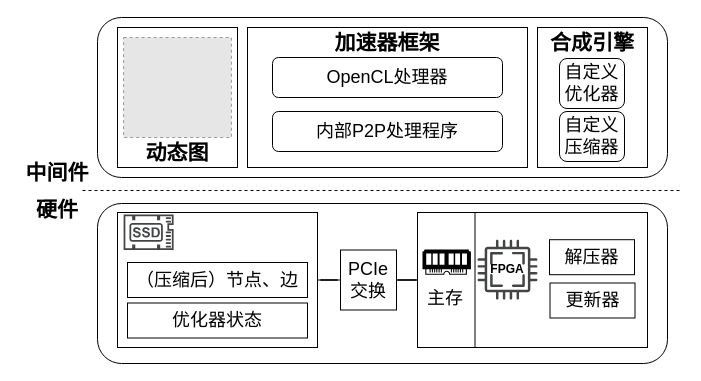
Before: fpga.drawio in icszhr/GNN-project, a draw.io diagram. Source tidied: cells renumbered, new cells numbered last; positions are measured from the earlier drawing's top-left corner, leaving out a move shared by most shapes. Both pictures are drawn from the tidied source at 100%, with x=0, y=0 at pixel (17, 17). Pictures stored in the file or linked from it are replaced by grey dashed boxes.
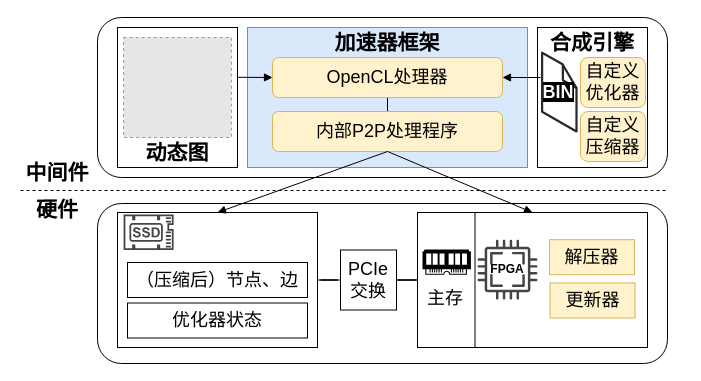
After the change.

The change refers to these unchanged cells:
```xml
<mxCell id="18" style="rounded=0;whiteSpace=wrap;html=1;" parent="1" vertex="1">
  <mxGeometry x="100" y="195" width="200" height="135" as="geometry" />
</mxCell>
<mxCell id="22" style="rounded=0;whiteSpace=wrap;html=1;" parent="1" vertex="1">
  <mxGeometry x="400" y="195" width="230" height="135" as="geometry" />
</mxCell>
```

What changed in the source:
```diff
@@
-    <mxCell id="6" style="rounded=0;whiteSpace=wrap;html=1;" parent="1" vertex="1">
+    <mxCell id="6" style="rounded=0;whiteSpace=wrap;html=1;fillColor=#dae8fc;strokeColor=#6c8ebf;" parent="1" vertex="1">
       <mxGeometry x="230" y="10" width="280" height="140" as="geometry" />
     </mxCell>
@@
+    <mxCell id="36" style="edgeStyle=orthogonalEdgeStyle;rounded=0;jettySize=auto;html=1;exitX=0.5;exitY=1;exitDx=0;exitDy=0;entryX=0.5;entryY=0;entryDx=0;entryDy=0;endArrow=none;endFill=0;" parent="1" edge="1" source="9" target="10">
+      <mxGeometry relative="1" as="geometry" />
+    </mxCell>
-    <mxCell id="9" style="rounded=1;whiteSpace=wrap;html=1;" parent="1" vertex="1">
+    <mxCell id="9" style="rounded=1;whiteSpace=wrap;html=1;fillColor=#fff2cc;strokeColor=#d6b656;" parent="1" vertex="1">
       <mxGeometry x="255" y="40" width="230" height="40" as="geometry" />
     </mxCell>
-    <mxCell id="10" style="rounded=1;whiteSpace=wrap;html=1;" parent="1" vertex="1">
+    <mxCell id="10" style="rounded=1;whiteSpace=wrap;html=1;fillColor=#fff2cc;strokeColor=#d6b656;" parent="1" vertex="1">
       <mxGeometry x="255" y="94" width="230" height="40" as="geometry" />
     </mxCell>
@@
-    <mxCell id="13" value="&lt;font style=&quot;font-size: 18px;&quot;&gt;自定义优化器&lt;/font&gt;" style="rounded=1;whiteSpace=wrap;html=1;" parent="1" vertex="1">
-      <mxGeometry x="542" y="41" width="65" height="50" as="geometry" />
+    <mxCell id="13" value="&lt;font style=&quot;font-size: 18px;&quot;&gt;自定义优化器&lt;/font&gt;" style="rounded=1;whiteSpace=wrap;html=1;fillColor=#fff2cc;strokeColor=#d6b656;" parent="1" vertex="1">
+      <mxGeometry x="563" y="40" width="65" height="50" as="geometry" />
     </mxCell>
-    <mxCell id="14" value="&lt;font style=&quot;font-size: 18px;&quot;&gt;自定义压缩器&lt;/font&gt;" style="rounded=1;whiteSpace=wrap;html=1;" parent="1" vertex="1">
-      <mxGeometry x="542" y="94" width="65" height="50" as="geometry" />
+    <mxCell id="14" value="&lt;font style=&quot;font-size: 18px;&quot;&gt;自定义压缩器&lt;/font&gt;" style="rounded=1;whiteSpace=wrap;html=1;fillColor=#fff2cc;strokeColor=#d6b656;" parent="1" vertex="1">
+      <mxGeometry x="563" y="94" width="65" height="50" as="geometry" />
     </mxCell>
@@
     <mxCell id="16" style="endArrow=none;dashed=1;html=1;rounded=0;" parent="1" edge="1">
       <mxGeometry relative="1" as="geometry">
-        <mxPoint x="65" y="173" as="sourcePoint" />
-        <mxPoint x="665" y="173" as="targetPoint" />
+        <mxPoint x="3" y="173" as="sourcePoint" />
+        <mxPoint x="650" y="173" as="targetPoint" />
       </mxGeometry>
     </mxCell>
@@
-    <mxCell id="27" value="&lt;font style=&quot;font-size: 18px;&quot;&gt;解压器&lt;/font&gt;" style="rounded=0;whiteSpace=wrap;html=1;" parent="1" vertex="1">
+    <mxCell id="27" value="&lt;font style=&quot;font-size: 18px;&quot;&gt;解压器&lt;/font&gt;" style="rounded=0;whiteSpace=wrap;html=1;fillColor=#fff2cc;strokeColor=#d6b656;" parent="1" vertex="1">
       <mxGeometry x="532" y="222.2" width="85" height="35" as="geometry" />
     </mxCell>
-    <mxCell id="28" value="&lt;font style=&quot;font-size: 18px;&quot;&gt;更新器&lt;/font&gt;" style="rounded=0;whiteSpace=wrap;html=1;" parent="1" vertex="1">
+    <mxCell id="28" value="&lt;font style=&quot;font-size: 18px;&quot;&gt;更新器&lt;/font&gt;" style="rounded=0;whiteSpace=wrap;html=1;fillColor=#fff2cc;strokeColor=#d6b656;" parent="1" vertex="1">
       <mxGeometry x="532.5" y="265.5" width="85" height="35" as="geometry" />
     </mxCell>
@@
+    <mxCell id="37" style="rounded=0;jettySize=auto;html=1;exitX=0.5;exitY=1;exitDx=0;exitDy=0;entryX=0.5;entryY=0;entryDx=0;entryDy=0;endArrow=block;endFill=1;" parent="1" edge="1" source="10" target="18">
+      <mxGeometry relative="1" as="geometry" />
+    </mxCell>
+    <mxCell id="38" style="rounded=0;jettySize=auto;html=1;entryX=0.5;entryY=0;entryDx=0;entryDy=0;endArrow=block;endFill=1;exitX=0.5;exitY=1;exitDx=0;exitDy=0;" parent="1" edge="1" source="10" target="22">
+      <mxGeometry relative="1" as="geometry" />
+    </mxCell>
+    <mxCell id="39" style="verticalLabelPosition=bottom;html=1;verticalAlign=top;strokeWidth=1;align=center;dashed=0;shape=mxgraph.aws3d.file;strokeColor=#292929;" parent="1" vertex="1">
+      <mxGeometry x="524.6" y="35.2" width="34.4" height="78.8" as="geometry" />
+    </mxCell>
+    <mxCell id="40" style="rounded=0;jettySize=auto;html=1;exitX=0;exitY=0;exitDx=0;exitDy=0;entryX=1;entryY=0.5;entryDx=0;entryDy=0;endArrow=block;endFill=1;" parent="1" edge="1" source="41" target="9">
+      <mxGeometry relative="1" as="geometry" />
+    </mxCell>
+    <mxCell id="41" value="&lt;font color=&quot;#ffffff&quot; style=&quot;font-size: 18px;&quot;&gt;&lt;b style=&quot;background-color: rgb(0, 0, 0);&quot;&gt;BIN&lt;/b&gt;&lt;/font&gt;" style="text;html=1;align=center;verticalAlign=middle;whiteSpace=wrap;rounded=0;" parent="1" vertex="1">
+      <mxGeometry x="523" y="60" width="36" height="30" as="geometry" />
+    </mxCell>
+    <mxCell id="42" style="endArrow=block;html=1;rounded=0;endFill=1;entryX=0;entryY=0.5;entryDx=0;entryDy=0;" parent="1" edge="1" target="9">
+      <mxGeometry relative="1" as="geometry">
+        <mxPoint x="220" y="59.8" as="sourcePoint" />
+      </mxGeometry>
+    </mxCell>
```
